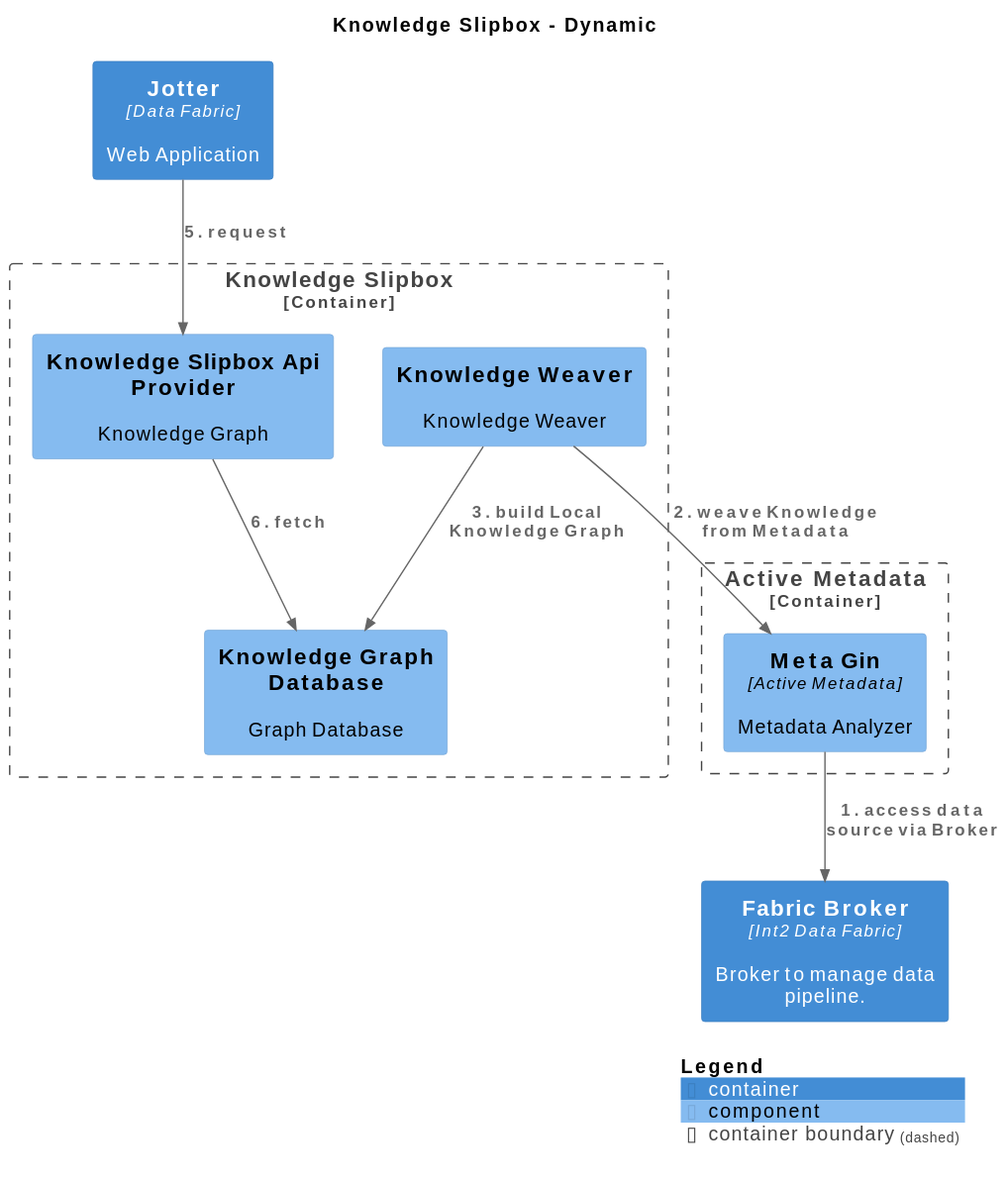
The PlantUML diagram master/svg/LocalKnowledgeGraph.svg in IntellectusCorp/data-fabric-docs, before a commit. Its source is kept beside it as master/puml/LocalKnowledgeGraph.puml.
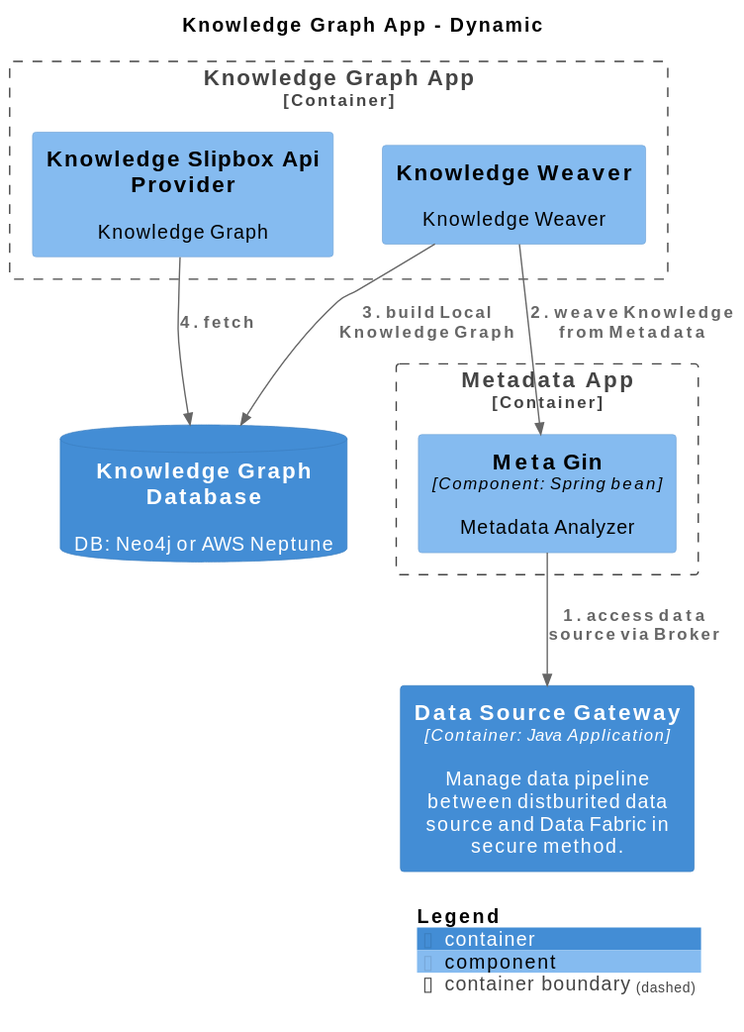
The same file after the commit.

Diff of the diagram source:
```diff
@@ -1,6 +1,6 @@
 @startuml
 set separator none
-title Knowledge Slipbox - Dynamic
+title Knowledge Graph App - Dynamic
 
 top to bottom direction
 
@@ -9,24 +9,22 @@
 !include <C4/C4_Container>
 !include <C4/C4_Component>
 
-Container_Boundary("DataFabric.KnowledgeSlipbox_boundary", "Knowledge Slipbox", $tags="") {
-  Component(DataFabric.KnowledgeSlipbox.KnowledgeWeaver, "Knowledge Weaver", $techn="", $descr="Knowledge Weaver", $tags="", $link="")
-  Component(DataFabric.KnowledgeSlipbox.KnowledgeGraphDatabase, "Knowledge Graph Database", $techn="", $descr="Graph Database", $tags="", $link="")
-  Component(DataFabric.KnowledgeSlipbox.KnowledgeSlipboxApiProvider, "Knowledge Slipbox Api Provider", $techn="", $descr="Knowledge Graph", $tags="", $link="")
+Container_Boundary("DataFabric.MetadataApp_boundary", "Metadata App", $tags="") {
+  Component(DataFabric.MetadataApp.MetaGin, "Meta Gin", $techn="Component: Spring bean", $descr="Metadata Analyzer", $tags="", $link="")
 }
 
-Container_Boundary("DataFabric.ActiveMetadata_boundary", "Active Metadata", $tags="") {
-  Component(DataFabric.ActiveMetadata.MetaGin, "Meta Gin", $techn="Active Metadata", $descr="Metadata Analyzer", $tags="", $link="")
+Container_Boundary("DataFabric.KnowledgeGraphApp_boundary", "Knowledge Graph App", $tags="") {
+  Component(DataFabric.KnowledgeGraphApp.KnowledgeWeaver, "Knowledge Weaver", $techn="", $descr="Knowledge Weaver", $tags="", $link="")
+  Component(DataFabric.KnowledgeGraphApp.KnowledgeSlipboxApiProvider, "Knowledge Slipbox Api Provider", $techn="", $descr="Knowledge Graph", $tags="", $link="")
 }
 
-Container(DataFabric.Jotter, "Jotter", $techn="Data Fabric", $descr="Web Application", $tags="", $link="")
-Container(DataFabric.FabricBroker, "Fabric Broker", $techn="Int2 Data Fabric", $descr="Broker to manage data pipeline.", $tags="", $link="")
+ContainerDb(DataFabric.KnowledgeGraphDatabase, "Knowledge Graph Database", $techn="", $descr="DB: Neo4j or AWS Neptune", $tags="", $link="")
+Container(DataFabric.DataSourceGateway, "Data Source Gateway", $techn="Container: Java Application", $descr="Manage data pipeline between distburited data source and Data Fabric in secure method.", $tags="", $link="")
 
-Rel_D(DataFabric.ActiveMetadata.MetaGin, DataFabric.FabricBroker, "1. access data source via Broker", $techn="", $tags="", $link="")
-Rel_D(DataFabric.KnowledgeSlipbox.KnowledgeWeaver, DataFabric.ActiveMetadata.MetaGin, "2. weave Knowledge from Metadata", $techn="", $tags="", $link="")
-Rel_D(DataFabric.KnowledgeSlipbox.KnowledgeWeaver, DataFabric.KnowledgeSlipbox.KnowledgeGraphDatabase, "3. build Local Knowledge Graph", $techn="", $tags="", $link="")
-Rel_D(DataFabric.Jotter, DataFabric.KnowledgeSlipbox.KnowledgeSlipboxApiProvider, "5. request", $techn="", $tags="", $link="")
-Rel_D(DataFabric.KnowledgeSlipbox.KnowledgeSlipboxApiProvider, DataFabric.KnowledgeSlipbox.KnowledgeGraphDatabase, "6. fetch", $techn="", $tags="", $link="")
+Rel_D(DataFabric.MetadataApp.MetaGin, DataFabric.DataSourceGateway, "1. access data source via Broker", $techn="", $tags="", $link="")
+Rel_D(DataFabric.KnowledgeGraphApp.KnowledgeWeaver, DataFabric.MetadataApp.MetaGin, "2. weave Knowledge from Metadata", $techn="", $tags="", $link="")
+Rel_D(DataFabric.KnowledgeGraphApp.KnowledgeWeaver, DataFabric.KnowledgeGraphDatabase, "3. build Local Knowledge Graph", $techn="", $tags="", $link="")
+Rel_D(DataFabric.KnowledgeGraphApp.KnowledgeSlipboxApiProvider, DataFabric.KnowledgeGraphDatabase, "4. fetch", $techn="", $tags="", $link="")
 
 SHOW_LEGEND(true)
 @enduml
```
